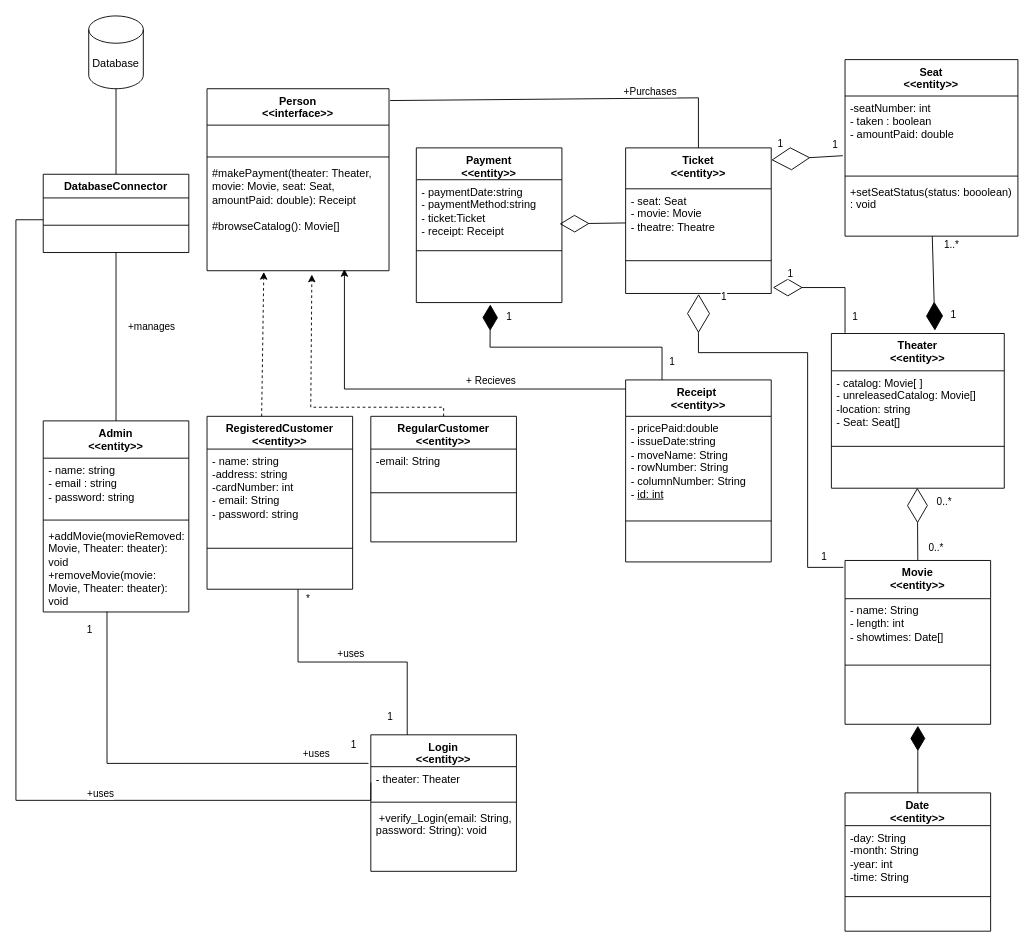
The draw.io diagram page "Domain Layer Class Diagram" (2 of 7) of ENSF 480 Final Project Diagrams.drawio in SenorYuen/ProjectGrp9, before the edit. Source tidied: cells renumbered, new cells numbered last; positions are measured from the earlier drawing's top-left corner, leaving out a move shared by most shapes. Both pictures are drawn from the tidied source at 91%, with x=0, y=0 at pixel (15, 15).
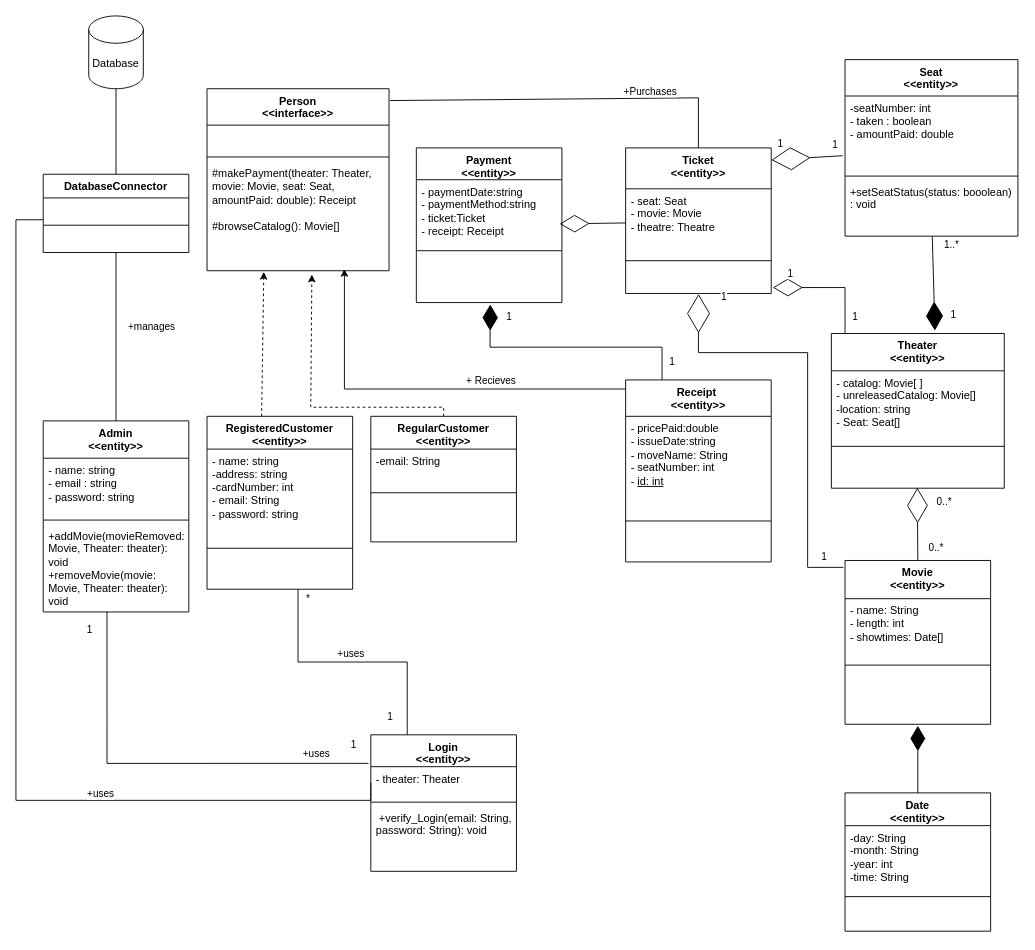
The same page after the edit.

Unchanged cells that the change refers to:
```xml
<mxCell id="22" value="Receipt&amp;nbsp;&lt;div&gt;&amp;lt;&amp;lt;entity&amp;gt;&amp;gt;&lt;br&gt;&lt;div&gt;&lt;br&gt;&lt;/div&gt;&lt;/div&gt;" style="swimlane;fontStyle=1;align=center;verticalAlign=top;horizontal=1;startSize=40;whiteSpace=wrap;html=1;" parent="1" vertex="1">
  <mxGeometry x="670" y="400" width="160" height="200" as="geometry" />
</mxCell>
```

Diff of the diagram source:
```diff
@@
-    <mxCell id="23" value="- pricePaid:double&amp;nbsp; &amp;nbsp; &amp;nbsp; &amp;nbsp; &amp;nbsp; &amp;nbsp;&amp;nbsp;&lt;div&gt;- issueDate:string&lt;span style=&quot;background-color: initial;&quot;&gt;&amp;nbsp;&lt;/span&gt;&lt;span style=&quot;background-color: initial;&quot;&gt;&amp;nbsp; &amp;nbsp; &amp;nbsp; &amp;nbsp; &amp;nbsp; &amp;nbsp; &amp;nbsp; &amp;nbsp;&lt;/span&gt;&lt;div&gt;&lt;div&gt;&lt;div&gt;- moveName: String&lt;/div&gt;&lt;/div&gt;&lt;/div&gt;&lt;div&gt;- rowNumber: String&lt;/div&gt;&lt;div&gt;- columnNumber: String&lt;/div&gt;&lt;/div&gt;&lt;div&gt;- &lt;u&gt;id: int&lt;/u&gt;&lt;/div&gt;" style="text;strokeColor=none;fillColor=none;align=left;verticalAlign=top;spacingLeft=4;spacingRight=4;overflow=hidden;whiteSpace=wrap;html=1;" parent="22" vertex="1">
+    <mxCell id="23" value="- pricePaid:double&amp;nbsp; &amp;nbsp; &amp;nbsp; &amp;nbsp; &amp;nbsp; &amp;nbsp;&amp;nbsp;&lt;div&gt;- issueDate:string&lt;span style=&quot;background-color: initial;&quot;&gt;&amp;nbsp;&lt;/span&gt;&lt;span style=&quot;background-color: initial;&quot;&gt;&amp;nbsp; &amp;nbsp; &amp;nbsp; &amp;nbsp; &amp;nbsp; &amp;nbsp; &amp;nbsp; &amp;nbsp;&lt;/span&gt;&lt;div&gt;&lt;div&gt;&lt;div&gt;- moveName: String&lt;/div&gt;&lt;/div&gt;&lt;/div&gt;&lt;div&gt;- seatNumber: int&lt;/div&gt;&lt;/div&gt;&lt;div&gt;- &lt;u&gt;id: int&lt;/u&gt;&lt;/div&gt;" style="text;strokeColor=none;fillColor=none;align=left;verticalAlign=top;spacingLeft=4;spacingRight=4;overflow=hidden;whiteSpace=wrap;html=1;" parent="22" vertex="1">
       <mxGeometry y="40" width="160" height="110" as="geometry" />
     </mxCell>
```
